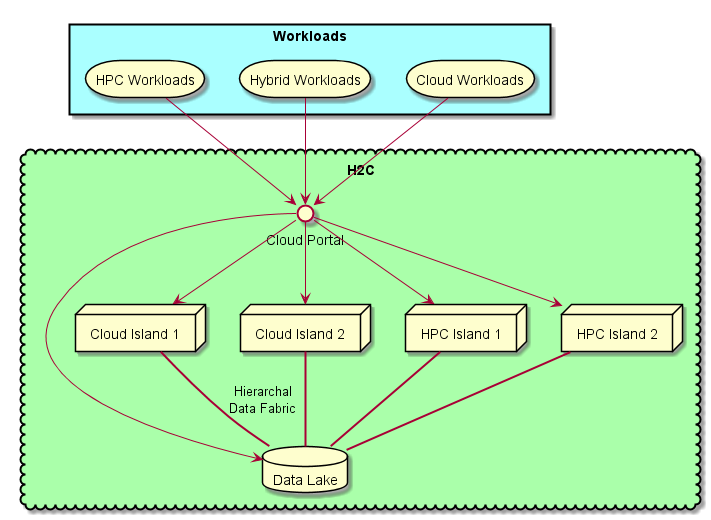
Above: docs/Solution/Deployment.png in CAADE/H2C (PlantUML), before the change.
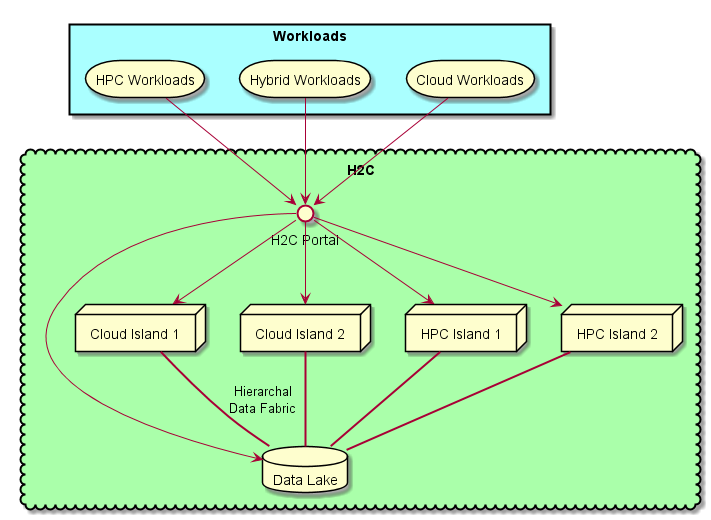
Above is the later version.

Diff of the diagram source:
```diff
@@ -1,7 +1,7 @@
 @startuml
 
 cloud H2C  #aaffaa {
-  interface "Cloud Portal" as CP
+  interface "H2C Portal" as CP
   database "Data Lake" as DL
   node "Cloud Island 1" as CI1
   node "Cloud Island 2" as CI2
```
